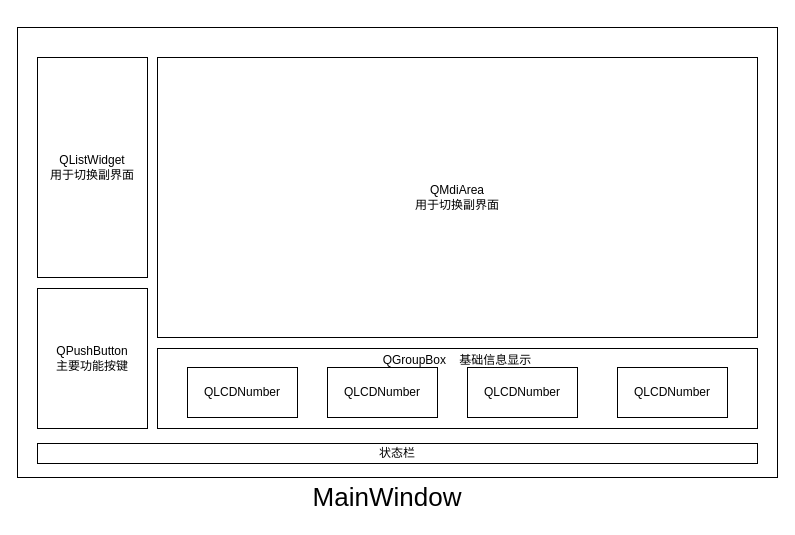
The draw.io diagram SCU50B参数配置上位机说明.drawio in Hanye1108/drawio, before the edit. Source tidied: cells renumbered, new cells numbered last; positions are measured from the earlier drawing's top-left corner, leaving out a move shared by most shapes. Both pictures are drawn from the tidied source at 100%, with x=0, y=0 at pixel (17, 27).
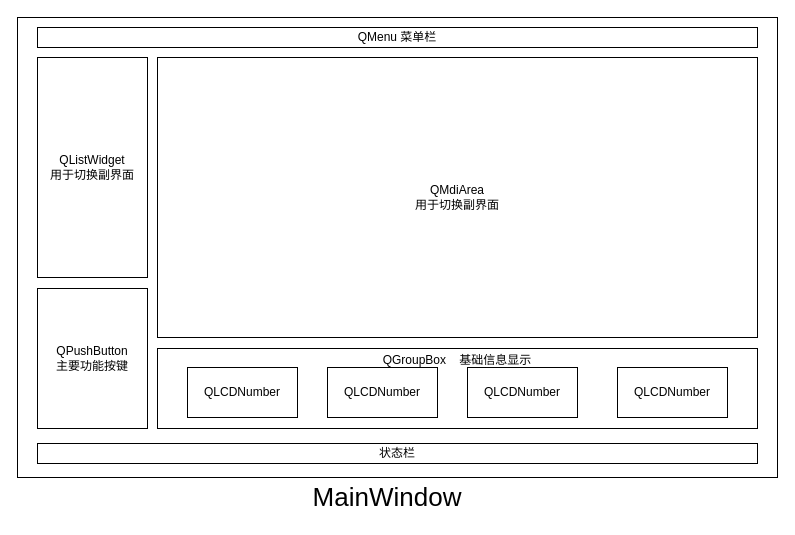
Above is the later version.

Commit message (it also covers changes not shown here):
更新SCU50B参数配置上位机说明.drawio

The edit, as a diff of the source:
```diff
@@
 <mxGraphModel>
   <root>
     <mxCell id="0" />
     <mxCell id="1" parent="0" />
     <mxCell id="2" style="rounded=0;whiteSpace=wrap;html=1;" parent="1" vertex="1">
-      <mxGeometry width="760" height="450" as="geometry" />
+      <mxGeometry y="-10" width="760" height="460" as="geometry" />
     </mxCell>
     <mxCell id="3" value="&lt;font style=&quot;font-size: 26px;&quot;&gt;MainWindow&lt;/font&gt;" style="text;html=1;align=center;verticalAlign=middle;whiteSpace=wrap;rounded=0;" parent="1" vertex="1">
       <mxGeometry x="260" y="450" width="220" height="40" as="geometry" />
     </mxCell>
     <mxCell id="4" value="QListWidget&lt;br&gt;用于切换副界面" style="rounded=0;whiteSpace=wrap;html=1;" parent="1" vertex="1">
       <mxGeometry x="20" y="30" width="110" height="220" as="geometry" />
     </mxCell>
     <mxCell id="5" value="状态栏" style="rounded=0;whiteSpace=wrap;html=1;" parent="1" vertex="1">
       <mxGeometry x="20" y="416" width="720" height="20" as="geometry" />
     </mxCell>
     <mxCell id="6" value="QPushButton&lt;br&gt;主要功能按键" style="rounded=0;whiteSpace=wrap;html=1;" parent="1" vertex="1">
       <mxGeometry x="20" y="261" width="110" height="140" as="geometry" />
     </mxCell>
     <mxCell id="7" value="QGroupBox&amp;nbsp; &amp;nbsp; 基础信息显示&lt;br&gt;&lt;br&gt;&lt;br&gt;&lt;br&gt;&lt;div&gt;&lt;br&gt;&lt;/div&gt;" style="rounded=0;whiteSpace=wrap;html=1;" parent="1" vertex="1">
       <mxGeometry x="140" y="321" width="600" height="80" as="geometry" />
     </mxCell>
     <mxCell id="8" value="QLCDNumber" style="rounded=0;whiteSpace=wrap;html=1;" parent="1" vertex="1">
       <mxGeometry x="170" y="340" width="110" height="50" as="geometry" />
     </mxCell>
     <mxCell id="9" value="QLCDNumber" style="rounded=0;whiteSpace=wrap;html=1;" parent="1" vertex="1">
       <mxGeometry x="310" y="340" width="110" height="50" as="geometry" />
     </mxCell>
     <mxCell id="10" value="QLCDNumber" style="rounded=0;whiteSpace=wrap;html=1;" parent="1" vertex="1">
       <mxGeometry x="450" y="340" width="110" height="50" as="geometry" />
     </mxCell>
     <mxCell id="11" value="QLCDNumber" style="rounded=0;whiteSpace=wrap;html=1;" parent="1" vertex="1">
       <mxGeometry x="600" y="340" width="110" height="50" as="geometry" />
     </mxCell>
     <mxCell id="12" value="QMdiArea&lt;br&gt;用于切换副界面" style="rounded=0;whiteSpace=wrap;html=1;" parent="1" vertex="1">
       <mxGeometry x="140" y="30" width="600" height="280" as="geometry" />
     </mxCell>
+    <mxCell id="13" value="QMenu 菜单栏" style="rounded=0;whiteSpace=wrap;html=1;" parent="1" vertex="1">
+      <mxGeometry x="20" width="720" height="20" as="geometry" />
+    </mxCell>
   </root>
 </mxGraphModel>
```
